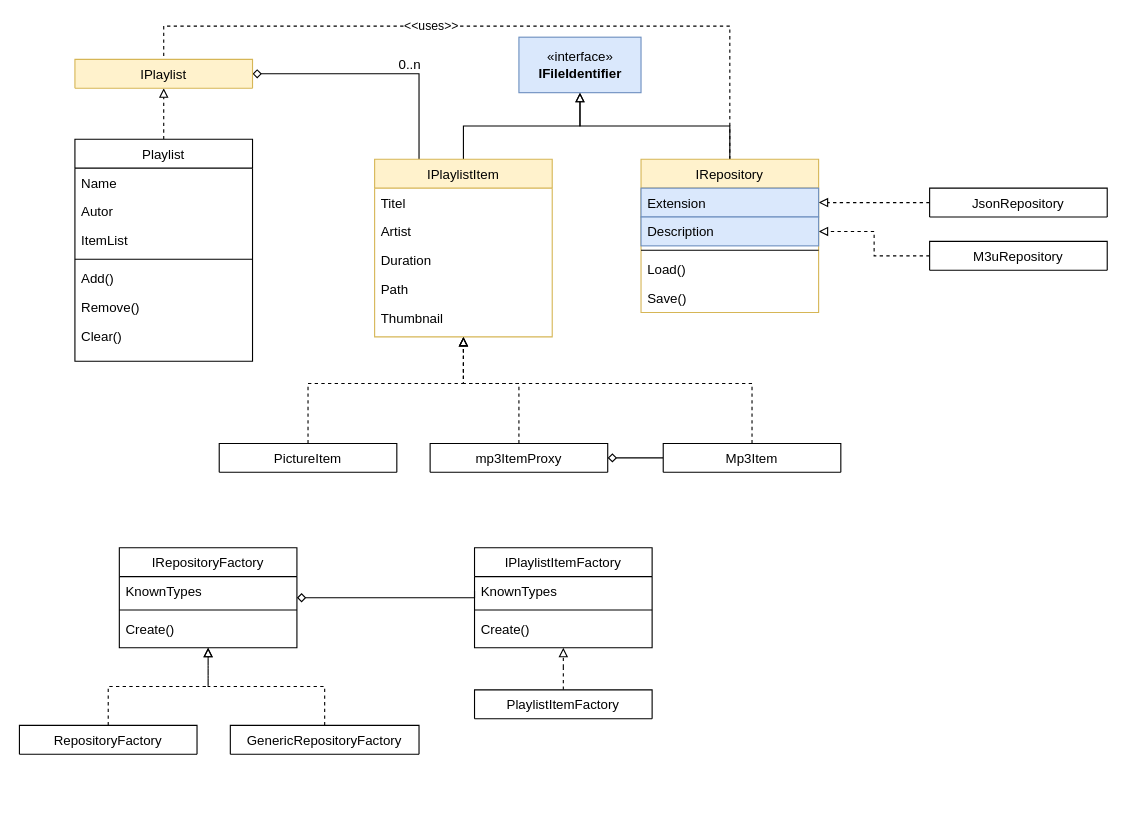
atillakati/sw_developer_2021_Trainer keeps this draw.io diagram as page "SolutionClasses" (2 of 4) of docs/playlist-editor-concept.drawio. Above is the earlier version. Source tidied: cells renumbered, new cells numbered last; positions are measured from the earlier drawing's top-left corner, leaving out a move shared by most shapes. Both pictures are drawn from the tidied source at 111%, with x=0, y=0 at pixel (19, 26).
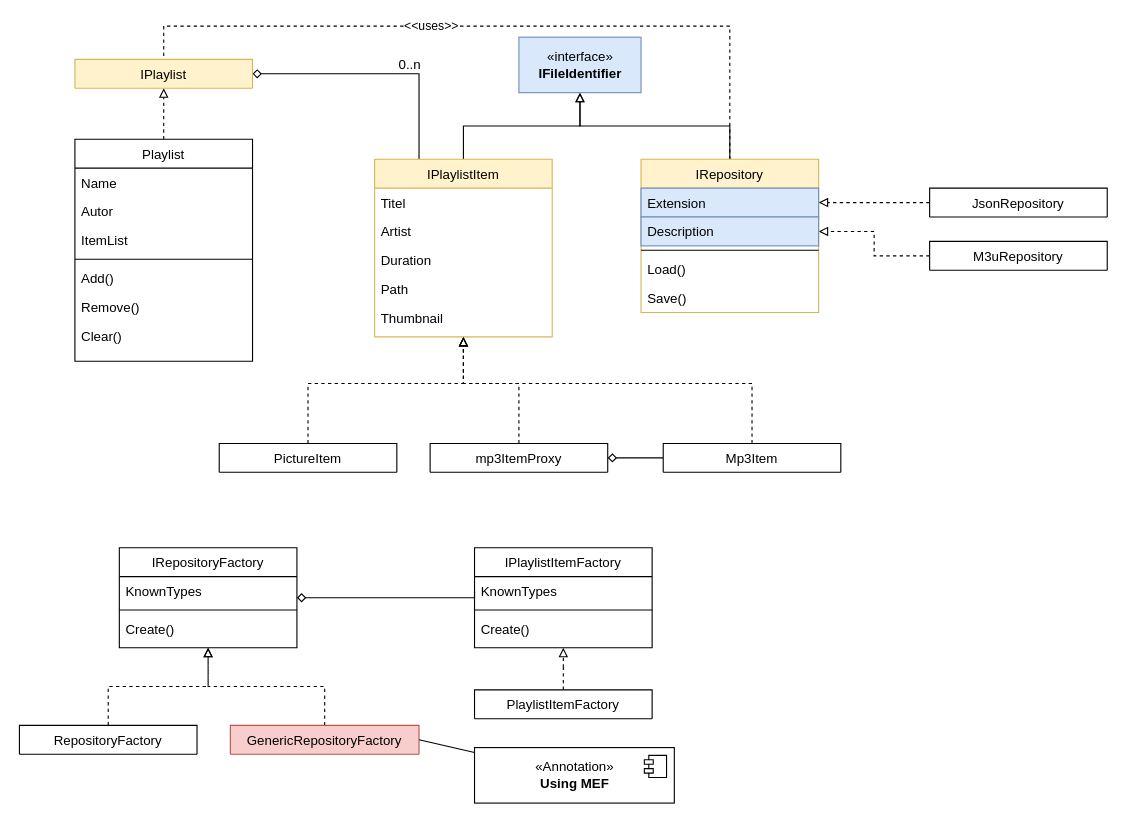
After the change.

Diff of the diagram source:
```diff
@@
-    <mxCell id="49" value="GenericRepositoryFactory" style="swimlane;fontStyle=0;align=center;verticalAlign=top;horizontal=1;startSize=26;rounded=0;shadow=0;strokeWidth=1;" parent="1" vertex="1" collapsed="1">
+    <mxCell id="49" value="GenericRepositoryFactory" style="swimlane;fontStyle=0;align=center;verticalAlign=top;horizontal=1;startSize=26;rounded=0;shadow=0;strokeWidth=1;fillColor=#f8cecc;strokeColor=#b85450;" parent="1" vertex="1" collapsed="1">
       <mxGeometry x="190" y="630" width="170" height="26" as="geometry" />
     </mxCell>
@@
+    <mxCell id="56" style="rounded=0;jettySize=auto;html=1;entryX=1;entryY=0.5;entryDx=0;entryDy=0;endArrow=none;endFill=0;" parent="1" edge="1" source="57" target="49">
+      <mxGeometry relative="1" as="geometry" />
+    </mxCell>
+    <mxCell id="57" value="«Annotation»&lt;br&gt;&lt;b&gt;Using MEF&lt;/b&gt;" style="html=1;" parent="1" vertex="1">
+      <mxGeometry x="410" y="650" width="180" height="50" as="geometry" />
+    </mxCell>
+    <mxCell id="58" style="shape=module;jettyWidth=8;jettyHeight=4;" parent="57" vertex="1">
+      <mxGeometry x="1" width="20" height="20" relative="1" as="geometry">
+        <mxPoint x="-27" y="7" as="offset" />
+      </mxGeometry>
+    </mxCell>
```
